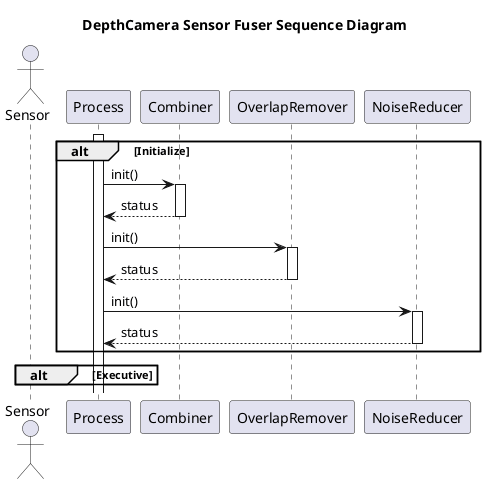
Earlier version of the PlantUML export Systems/Perception/Subsystems/DepthCameraPipeline/Processes/SensorFuser/doc/puml/SensorFuserSequenceDiagram.png (fastrobotics/robot_framework). Source of this version:
```plantuml
@startuml
title DepthCamera Sensor Fuser Sequence Diagram
actor Sensor as sensor
participant Process as process
participant Combiner as combiner
participant OverlapRemover as overlapRemover
participant NoiseReducer as noiseReducer

alt Initialize
process++
process -> combiner++: init()
combiner --> process--: status
process -> overlapRemover++: init()
overlapRemover --> process--: status
process -> noiseReducer++: init()
noiseReducer --> process--: status
end

alt Executive
end
@enduml
```
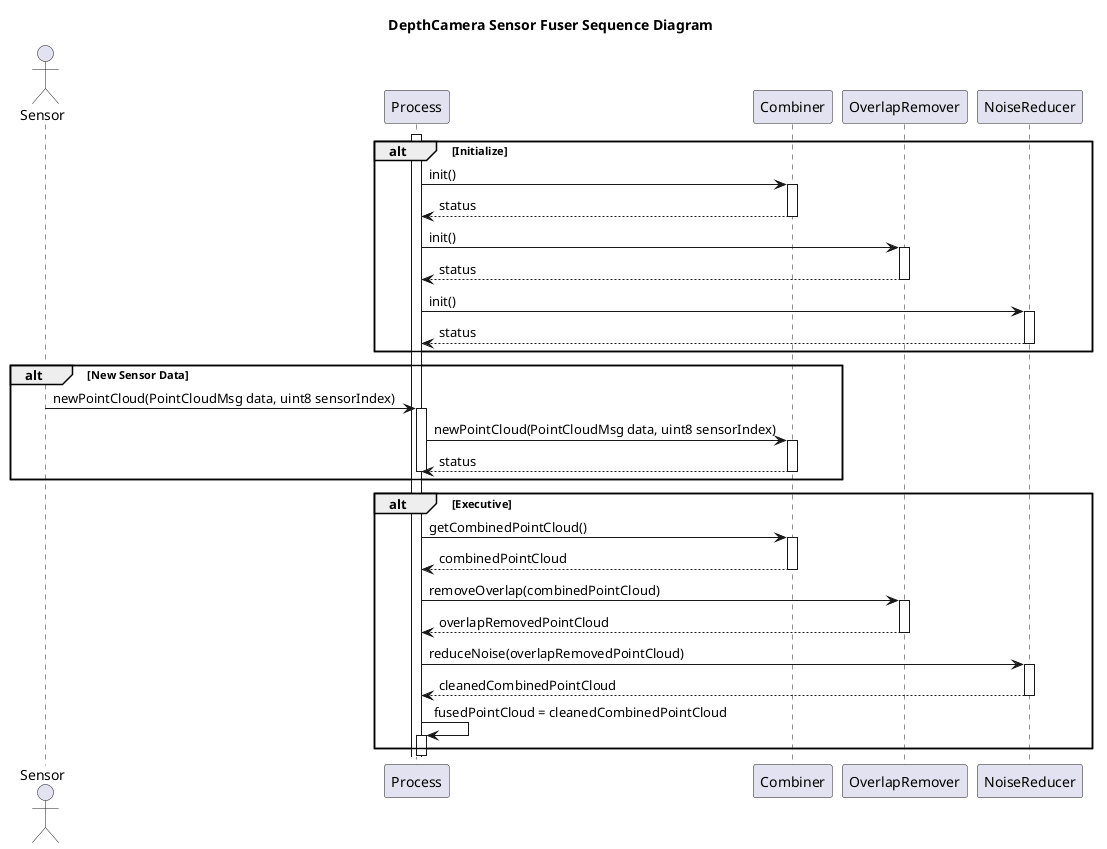
After the commit.

Change to the diagram source:
```diff
@@ -16,6 +16,23 @@
 noiseReducer --> process--: status
 end
 
+alt New Sensor Data
+sensor -> process++: newPointCloud(PointCloudMsg data, uint8 sensorIndex)
+process -> combiner++: newPointCloud(PointCloudMsg data, uint8 sensorIndex)
+combiner --> process--: status
+process--
+end
+
 alt Executive
+process -> combiner++: getCombinedPointCloud()
+combiner --> process--: combinedPointCloud
+process -> overlapRemover++: removeOverlap(combinedPointCloud)
+overlapRemover --> process--: overlapRemovedPointCloud
+process -> noiseReducer++: reduceNoise(overlapRemovedPointCloud)
+noiseReducer --> process--: cleanedCombinedPointCloud
+process -> process++: fusedPointCloud = cleanedCombinedPointCloud
+
 end
+
+process--
 @enduml
```
